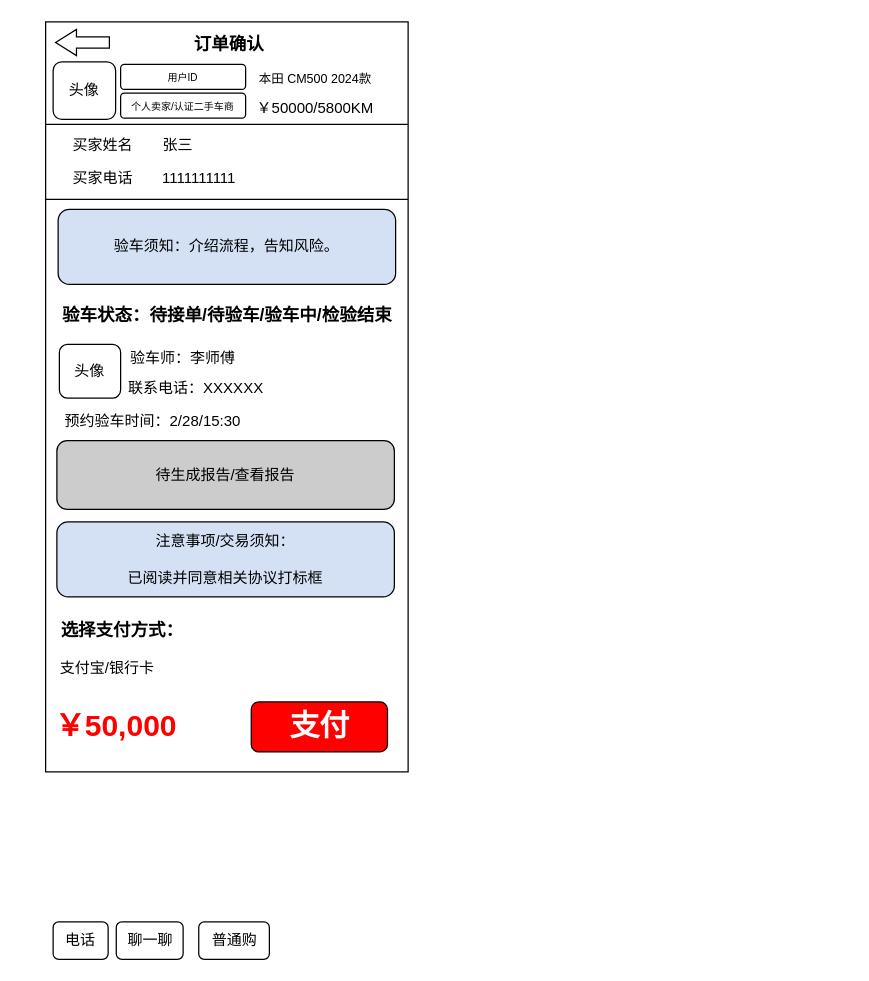
The draw.io diagram page "安心购" (3 of 4) of 下单页.drawio in MoWan-inc/sketch, before the edit. Source tidied: cells renumbered, new cells numbered last; positions are measured from the earlier drawing's top-left corner, leaving out a move shared by most shapes. Both pictures are drawn from the tidied source at 125%, with x=0, y=0 at pixel (21, 21).
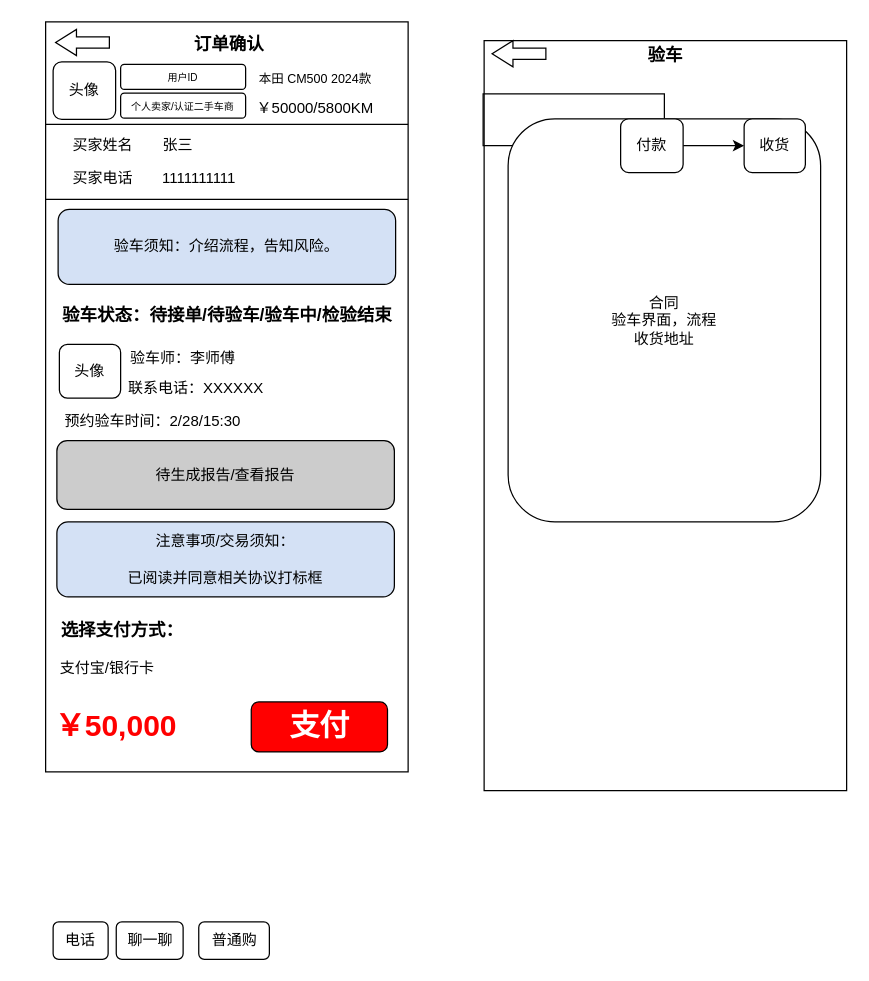
After the change.

What changed in the source:
```diff
@@
+    <mxCell id="32" style="rounded=0;whiteSpace=wrap;html=1;" parent="1" vertex="1">
+      <mxGeometry x="369.8" y="15" width="290" height="600" as="geometry" />
+    </mxCell>
+    <mxCell id="33" style="html=1;shadow=0;dashed=0;align=center;verticalAlign=middle;shape=mxgraph.arrows2.arrow;dy=0.57;dx=16.67;flipH=1;notch=0;" parent="1" vertex="1">
+      <mxGeometry x="376.2" y="15" width="43" height="21" as="geometry" />
+    </mxCell>
+    <mxCell id="34" value="&lt;span style=&quot;font-size: 14px;&quot;&gt;&lt;b&gt;验车&lt;/b&gt;&lt;/span&gt;" style="whiteSpace=wrap;html=1;strokeColor=none;strokeWidth=1;" parent="1" vertex="1">
+      <mxGeometry x="451.8" y="18" width="126" height="18" as="geometry" />
+    </mxCell>
+    <mxCell id="35" style="edgeStyle=orthogonalEdgeStyle;rounded=0;jettySize=auto;html=1;entryX=0;entryY=0.5;entryDx=0;entryDy=0;" parent="1" edge="1" source="36" target="38">
+      <mxGeometry relative="1" as="geometry" />
+    </mxCell>
+    <mxCell id="36" value="合同&lt;div&gt;验车界面，流程&lt;/div&gt;&lt;div&gt;收货地址&lt;/div&gt;" style="rounded=1;whiteSpace=wrap;html=1;" parent="1" vertex="1">
+      <mxGeometry x="389" y="77.5" width="250" height="322.5" as="geometry" />
+    </mxCell>
+    <mxCell id="37" style="edgeStyle=orthogonalEdgeStyle;rounded=0;jettySize=auto;html=1;" parent="1" edge="1" source="38" target="39">
+      <mxGeometry relative="1" as="geometry" />
+    </mxCell>
+    <mxCell id="38" value="付款" style="rounded=1;whiteSpace=wrap;html=1;" parent="1" vertex="1">
+      <mxGeometry x="479" y="77.5" width="50" height="43" as="geometry" />
+    </mxCell>
+    <mxCell id="39" value="收货" style="rounded=1;whiteSpace=wrap;html=1;" parent="1" vertex="1">
+      <mxGeometry x="577.8" y="77.5" width="49" height="43" as="geometry" />
+    </mxCell>
```
